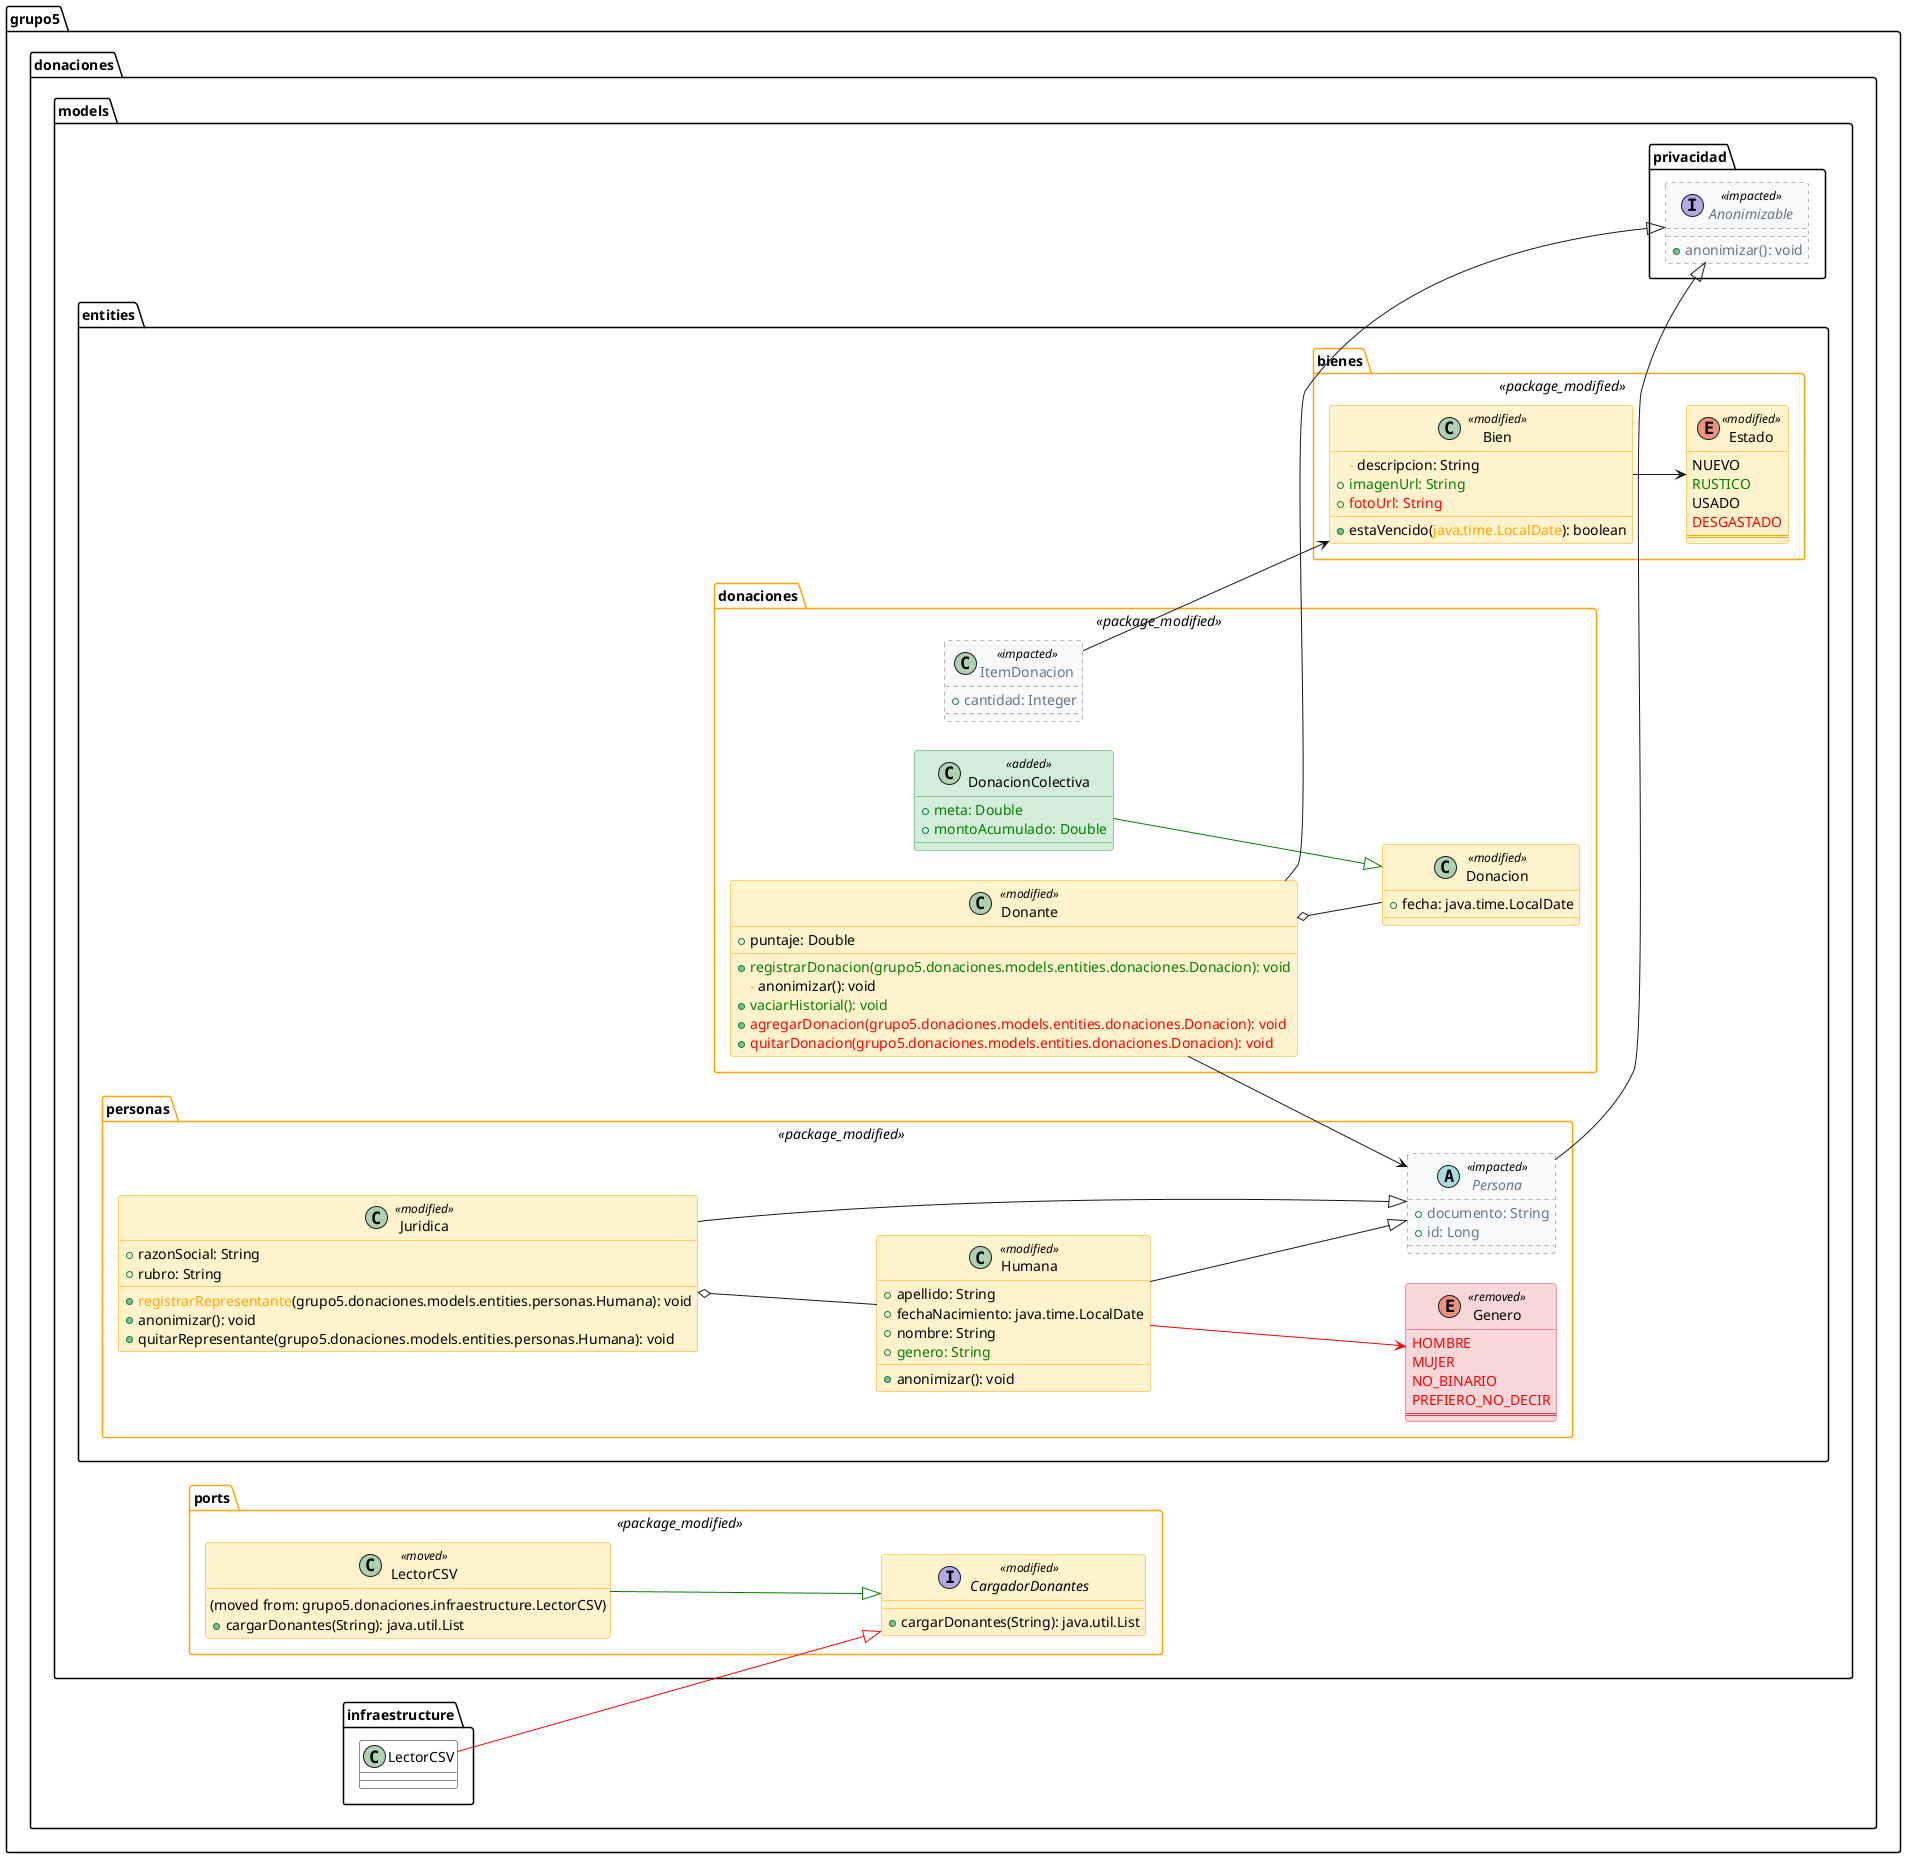
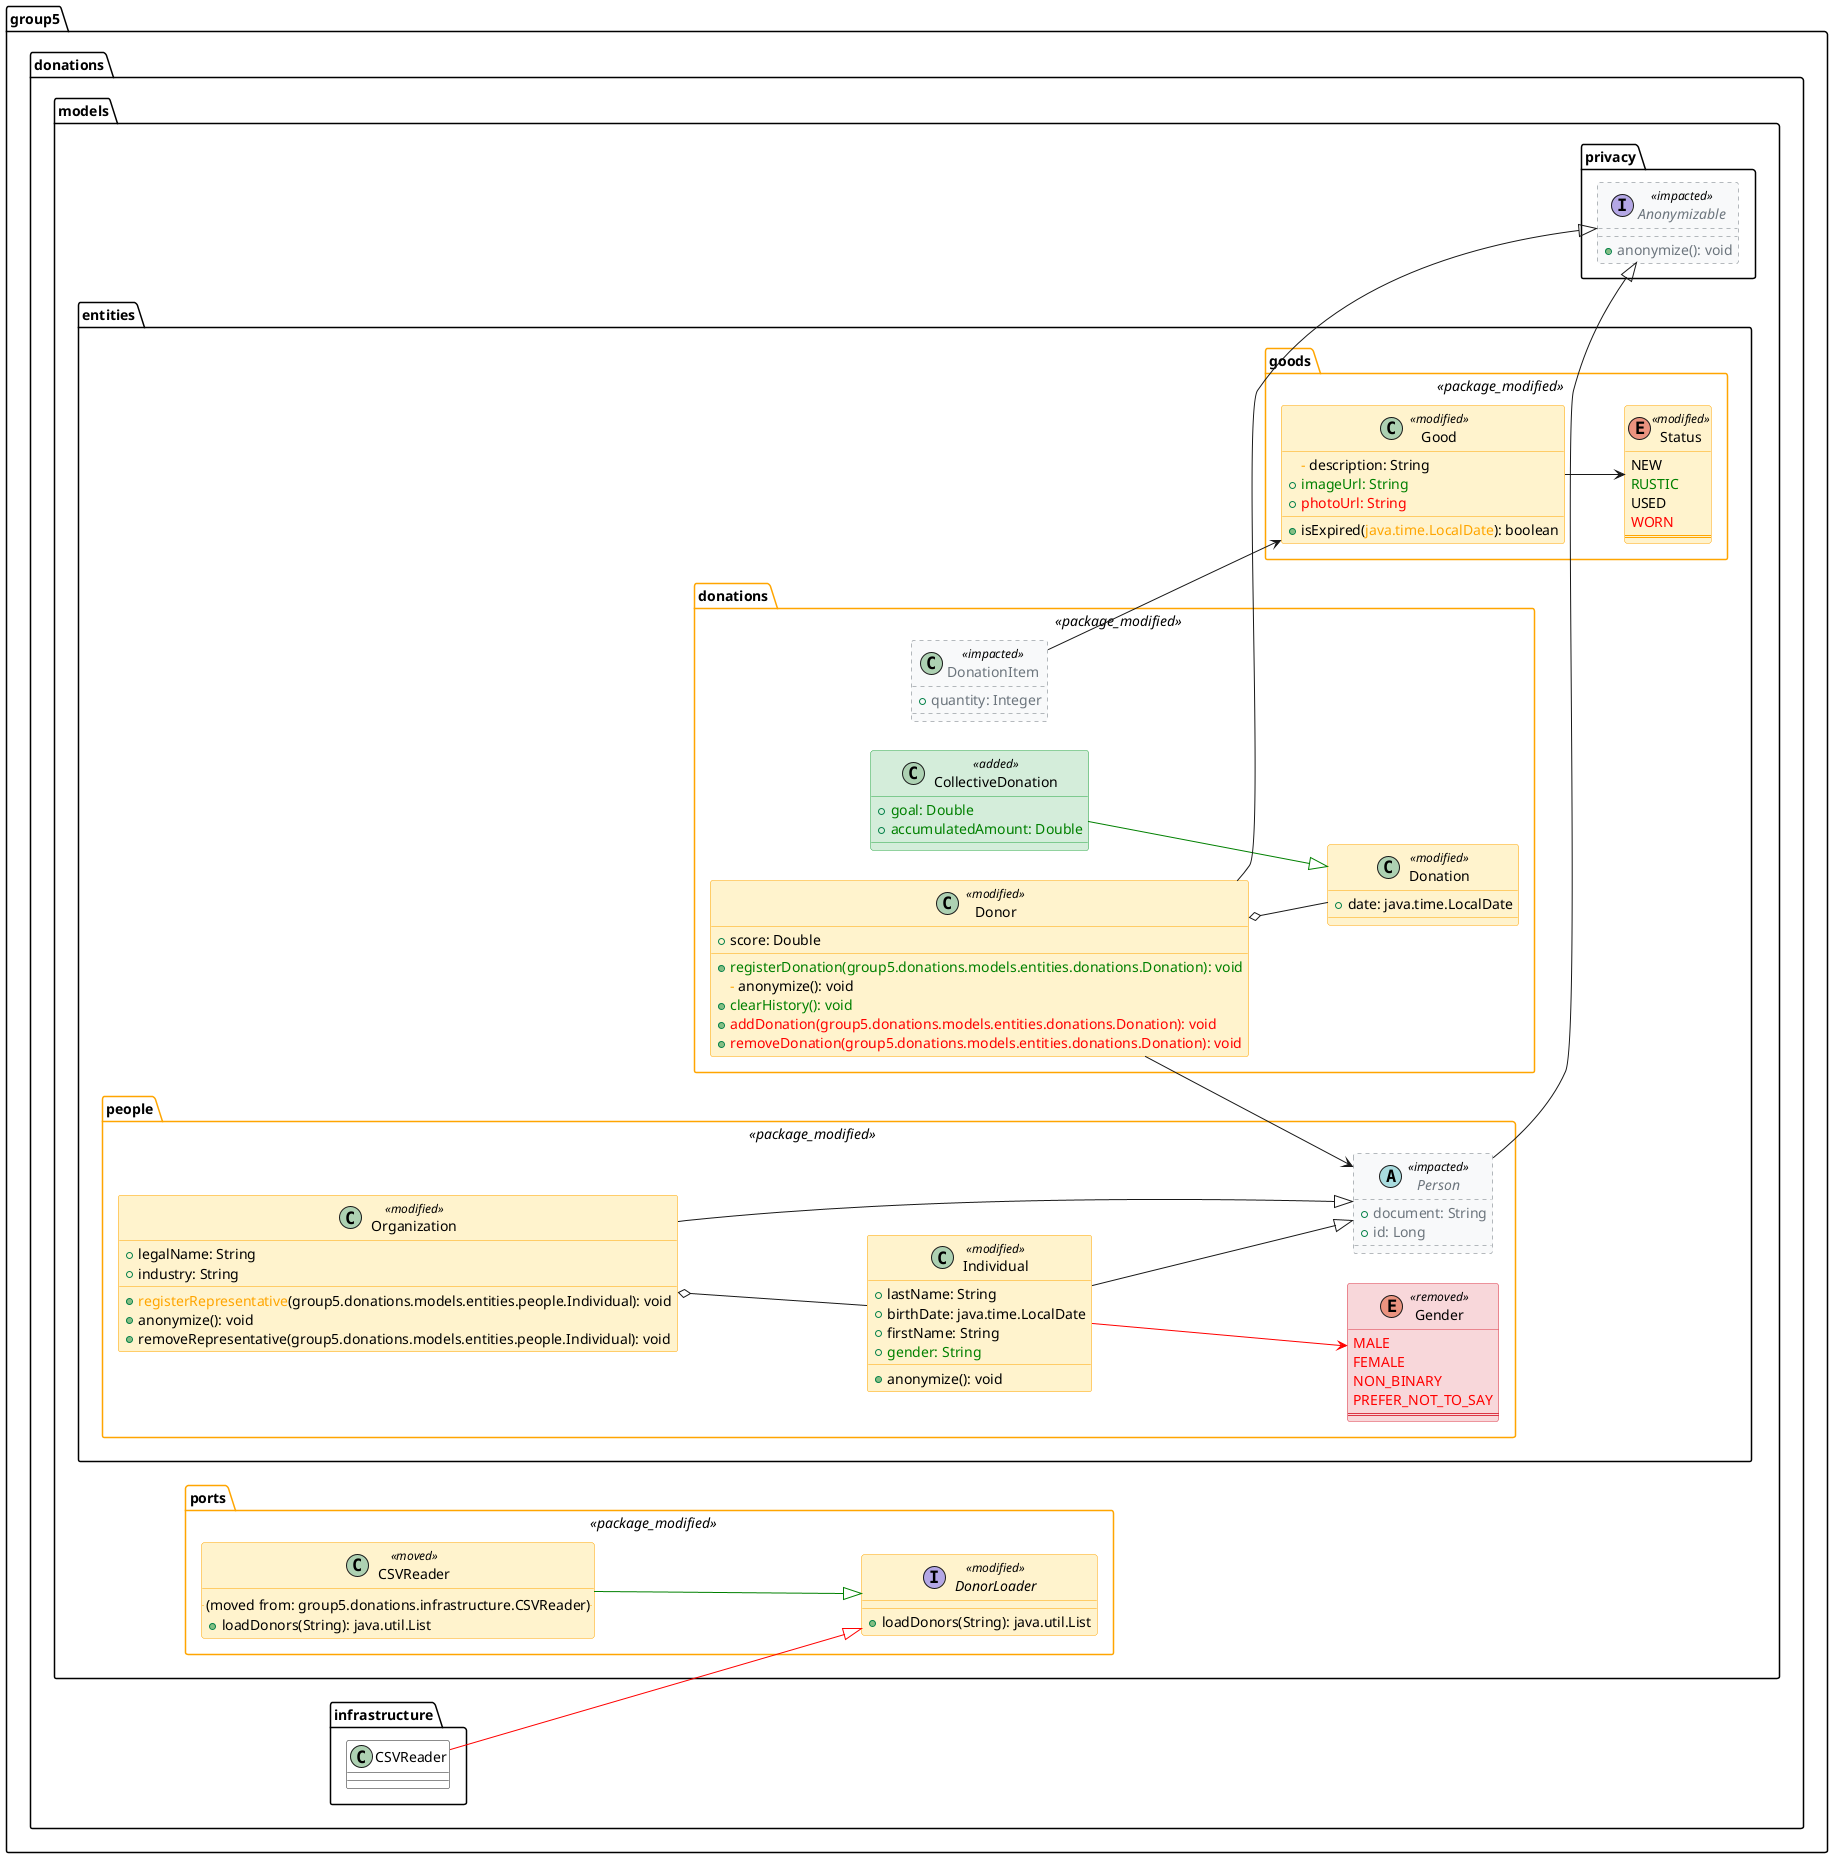
@startuml
left to right direction
skinparam linetype poly
skinparam nodesep 30
skinparam ranksep 30

<style>
  classDiagram {
    class {
      BackgroundColor transparent
      HeaderBackgroundColor transparent
      Shadowing 0
      FontName Arial
    }
    .added {
      BackgroundColor #D4EDDA
      LineColor #28A745
    }
    .removed {
      BackgroundColor #F8D7DA
      LineColor #DC3545
    }
    .modified {
      BackgroundColor #FFF3CD
      LineColor #FFA500
    }
    .moved {
      BackgroundColor #FFF3CD
      LineColor #FFA500
    }
    .impacted {
      BackgroundColor #F8F9FA
      LineColor #6C757D
      LineStyle 4
      FontColor #6C757D
    }
    .package_added {
      BackgroundColor #E8F5E9
      LineColor #28A745
    }
    .package_removed {
      BackgroundColor #FFEBEE
      LineColor #DC3545
    }
    .package_modified {
      BackgroundColor transparent
      LineColor #FFA500
    }
  }
</style>

- package "grupo5.donaciones.models.entities.bienes" <<package_modified>> {
- class "Bien" as grupo5.donaciones.models.entities.bienes.Bien <<modified>> {
-   <color:orange>-</color> descripcion: String
-   + <color:green>imagenUrl: String</color>
-   + <color:red>fotoUrl: String</color>
-   + estaVencido(<color:orange>java.time.LocalDate</color>): boolean
+ package "group5.donations.models.entities.donations" <<package_modified>> {
+ class "CollectiveDonation" as group5.donations.models.entities.donations.CollectiveDonation <<added>> {
+   + <color:green>goal: Double</color>
+   + <color:green>accumulatedAmount: Double</color>
}
- enum "Estado" as grupo5.donaciones.models.entities.bienes.Estado <<modified>> {
-   NUEVO
-   <color:green>RUSTICO</color>
-   USADO
-   <color:red>DESGASTADO</color>
+ class "Donation" as group5.donations.models.entities.donations.Donation <<modified>> {
+   + date: java.time.LocalDate
+ }
+ class "DonationItem" as group5.donations.models.entities.donations.DonationItem <<impacted>> {
+   + quantity: Integer
+ }
+ class "Donor" as group5.donations.models.entities.donations.Donor <<modified>> {
+   + score: Double
+   + <color:green>registerDonation(group5.donations.models.entities.donations.Donation): void</color>
+   <color:orange>-</color> anonymize(): void
+   + <color:green>clearHistory(): void</color>
+   + <color:red>addDonation(group5.donations.models.entities.donations.Donation): void</color>
+   + <color:red>removeDonation(group5.donations.models.entities.donations.Donation): void</color>
+ }
+ }
+ 
+ package "group5.donations.models.entities.goods" <<package_modified>> {
+ class "Good" as group5.donations.models.entities.goods.Good <<modified>> {
+   <color:orange>-</color> description: String
+   + <color:green>imageUrl: String</color>
+   + <color:red>photoUrl: String</color>
+   + isExpired(<color:orange>java.time.LocalDate</color>): boolean
+ }
+ enum "Status" as group5.donations.models.entities.goods.Status <<modified>> {
+   NEW
+   <color:green>RUSTIC</color>
+   USED
+   <color:red>WORN</color>
  ==
}
}

- package "grupo5.donaciones.models.entities.donaciones" <<package_modified>> {
- class "Donacion" as grupo5.donaciones.models.entities.donaciones.Donacion <<modified>> {
-   + fecha: java.time.LocalDate
- }
- class "DonacionColectiva" as grupo5.donaciones.models.entities.donaciones.DonacionColectiva <<added>> {
-   + <color:green>meta: Double</color>
-   + <color:green>montoAcumulado: Double</color>
- }
- class "Donante" as grupo5.donaciones.models.entities.donaciones.Donante <<modified>> {
-   + puntaje: Double
-   + <color:green>registrarDonacion(grupo5.donaciones.models.entities.donaciones.Donacion): void</color>
-   <color:orange>-</color> anonimizar(): void
-   + <color:green>vaciarHistorial(): void</color>
-   + <color:red>agregarDonacion(grupo5.donaciones.models.entities.donaciones.Donacion): void</color>
-   + <color:red>quitarDonacion(grupo5.donaciones.models.entities.donaciones.Donacion): void</color>
- }
- class "ItemDonacion" as grupo5.donaciones.models.entities.donaciones.ItemDonacion <<impacted>> {
-   + cantidad: Integer
- }
- }
- 
- package "grupo5.donaciones.models.entities.personas" <<package_modified>> {
- enum "Genero" as grupo5.donaciones.models.entities.personas.Genero <<removed>> {
-   <color:red>HOMBRE</color>
-   <color:red>MUJER</color>
-   <color:red>NO_BINARIO</color>
-   <color:red>PREFIERO_NO_DECIR</color>
+ package "group5.donations.models.entities.people" <<package_modified>> {
+ enum "Gender" as group5.donations.models.entities.people.Gender <<removed>> {
+   <color:red>MALE</color>
+   <color:red>FEMALE</color>
+   <color:red>NON_BINARY</color>
+   <color:red>PREFER_NOT_TO_SAY</color>
  ==
}
- class "Humana" as grupo5.donaciones.models.entities.personas.Humana <<modified>> {
-   + apellido: String
-   + fechaNacimiento: java.time.LocalDate
-   + nombre: String
-   + <color:green>genero: String</color>
-   + anonimizar(): void
+ class "Individual" as group5.donations.models.entities.people.Individual <<modified>> {
+   + lastName: String
+   + birthDate: java.time.LocalDate
+   + firstName: String
+   + <color:green>gender: String</color>
+   + anonymize(): void
}
- class "Juridica" as grupo5.donaciones.models.entities.personas.Juridica <<modified>> {
-   + razonSocial: String
-   + rubro: String
-   + <color:orange>registrarRepresentante</color>(grupo5.donaciones.models.entities.personas.Humana): void
-   + anonimizar(): void
-   + quitarRepresentante(grupo5.donaciones.models.entities.personas.Humana): void
+ class "Organization" as group5.donations.models.entities.people.Organization <<modified>> {
+   + legalName: String
+   + industry: String
+   + <color:orange>registerRepresentative</color>(group5.donations.models.entities.people.Individual): void
+   + anonymize(): void
+   + removeRepresentative(group5.donations.models.entities.people.Individual): void
}
- abstract class "Persona" as grupo5.donaciones.models.entities.personas.Persona <<impacted>> {
-   + documento: String
+ abstract class "Person" as group5.donations.models.entities.people.Person <<impacted>> {
+   + document: String
  + id: Long
}
}

- package "grupo5.donaciones.models.ports" <<package_modified>> {
- interface "CargadorDonantes" as grupo5.donaciones.models.ports.CargadorDonantes <<modified>> {
-   + cargarDonantes(String): java.util.List
+ package "group5.donations.models.ports" <<package_modified>> {
+ class "CSVReader" as group5.donations.models.ports.CSVReader <<moved>> {
+   .. (moved from: group5.donations.infrastructure.CSVReader) ..
+   + loadDonors(String): java.util.List
}
- class "LectorCSV" as grupo5.donaciones.models.ports.LectorCSV <<moved>> {
-   .. (moved from: grupo5.donaciones.infraestructure.LectorCSV) ..
-   + cargarDonantes(String): java.util.List
+ interface "DonorLoader" as group5.donations.models.ports.DonorLoader <<modified>> {
+   + loadDonors(String): java.util.List
}
}

- package "grupo5.donaciones.models.privacidad" {
- interface "Anonimizable" as grupo5.donaciones.models.privacidad.Anonimizable <<impacted>> {
-   + anonimizar(): void
+ package "group5.donations.models.privacy" {
+ interface "Anonymizable" as group5.donations.models.privacy.Anonymizable <<impacted>> {
+   + anonymize(): void
}
}

- grupo5.donaciones.infraestructure.LectorCSV -[#red]-|> grupo5.donaciones.models.ports.CargadorDonantes
- grupo5.donaciones.models.entities.bienes.Bien --> grupo5.donaciones.models.entities.bienes.Estado
- grupo5.donaciones.models.entities.donaciones.DonacionColectiva -[#green]-|> grupo5.donaciones.models.entities.donaciones.Donacion
- grupo5.donaciones.models.entities.donaciones.Donante o-- grupo5.donaciones.models.entities.donaciones.Donacion
- grupo5.donaciones.models.entities.donaciones.Donante --> grupo5.donaciones.models.entities.personas.Persona
- grupo5.donaciones.models.entities.donaciones.Donante --|> grupo5.donaciones.models.privacidad.Anonimizable
- grupo5.donaciones.models.entities.donaciones.ItemDonacion --> grupo5.donaciones.models.entities.bienes.Bien
- grupo5.donaciones.models.entities.personas.Humana -[#red]-> grupo5.donaciones.models.entities.personas.Genero
- grupo5.donaciones.models.entities.personas.Humana --|> grupo5.donaciones.models.entities.personas.Persona
- grupo5.donaciones.models.entities.personas.Juridica o-- grupo5.donaciones.models.entities.personas.Humana
- grupo5.donaciones.models.entities.personas.Juridica --|> grupo5.donaciones.models.entities.personas.Persona
- grupo5.donaciones.models.entities.personas.Persona --|> grupo5.donaciones.models.privacidad.Anonimizable
- grupo5.donaciones.models.ports.LectorCSV -[#green]-|> grupo5.donaciones.models.ports.CargadorDonantes
+ group5.donations.infrastructure.CSVReader -[#red]-|> group5.donations.models.ports.DonorLoader
+ group5.donations.models.entities.donations.CollectiveDonation -[#green]-|> group5.donations.models.entities.donations.Donation
+ group5.donations.models.entities.donations.DonationItem --> group5.donations.models.entities.goods.Good
+ group5.donations.models.entities.donations.Donor o-- group5.donations.models.entities.donations.Donation
+ group5.donations.models.entities.donations.Donor --> group5.donations.models.entities.people.Person
+ group5.donations.models.entities.donations.Donor --|> group5.donations.models.privacy.Anonymizable
+ group5.donations.models.entities.goods.Good --> group5.donations.models.entities.goods.Status
+ group5.donations.models.entities.people.Individual -[#red]-> group5.donations.models.entities.people.Gender
+ group5.donations.models.entities.people.Individual --|> group5.donations.models.entities.people.Person
+ group5.donations.models.entities.people.Organization o-- group5.donations.models.entities.people.Individual
+ group5.donations.models.entities.people.Organization --|> group5.donations.models.entities.people.Person
+ group5.donations.models.entities.people.Person --|> group5.donations.models.privacy.Anonymizable
+ group5.donations.models.ports.CSVReader -[#green]-|> group5.donations.models.ports.DonorLoader
@enduml